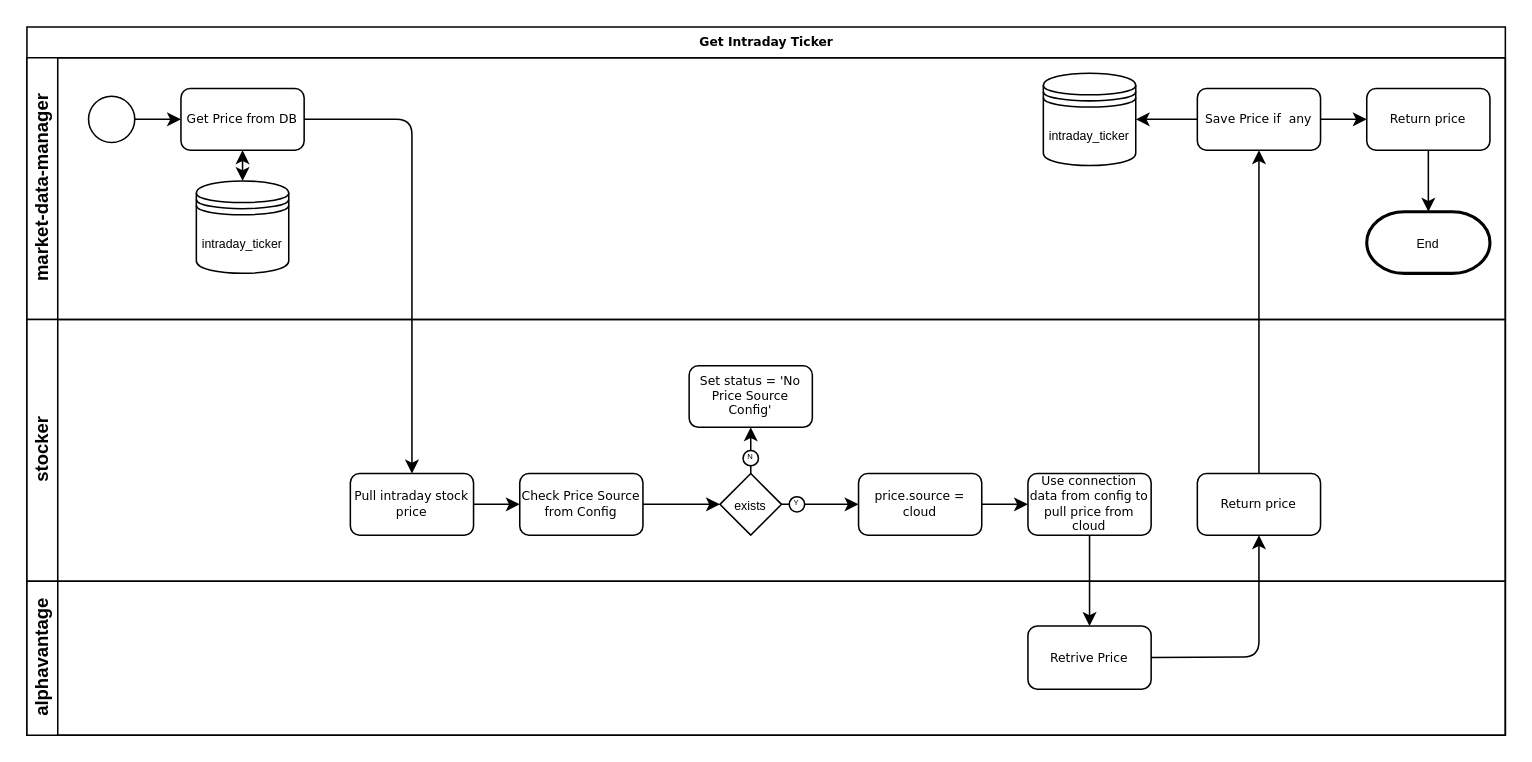
Before: market-data/Untitled Diagram.drawio in RicardoVCDev/flowcharts, a draw.io diagram. Source tidied: cells renumbered, new cells numbered last; positions are measured from the earlier drawing's top-left corner, leaving out a move shared by most shapes. Both pictures are drawn from the tidied source at 154%, with x=0, y=0 at pixel (26, 26).
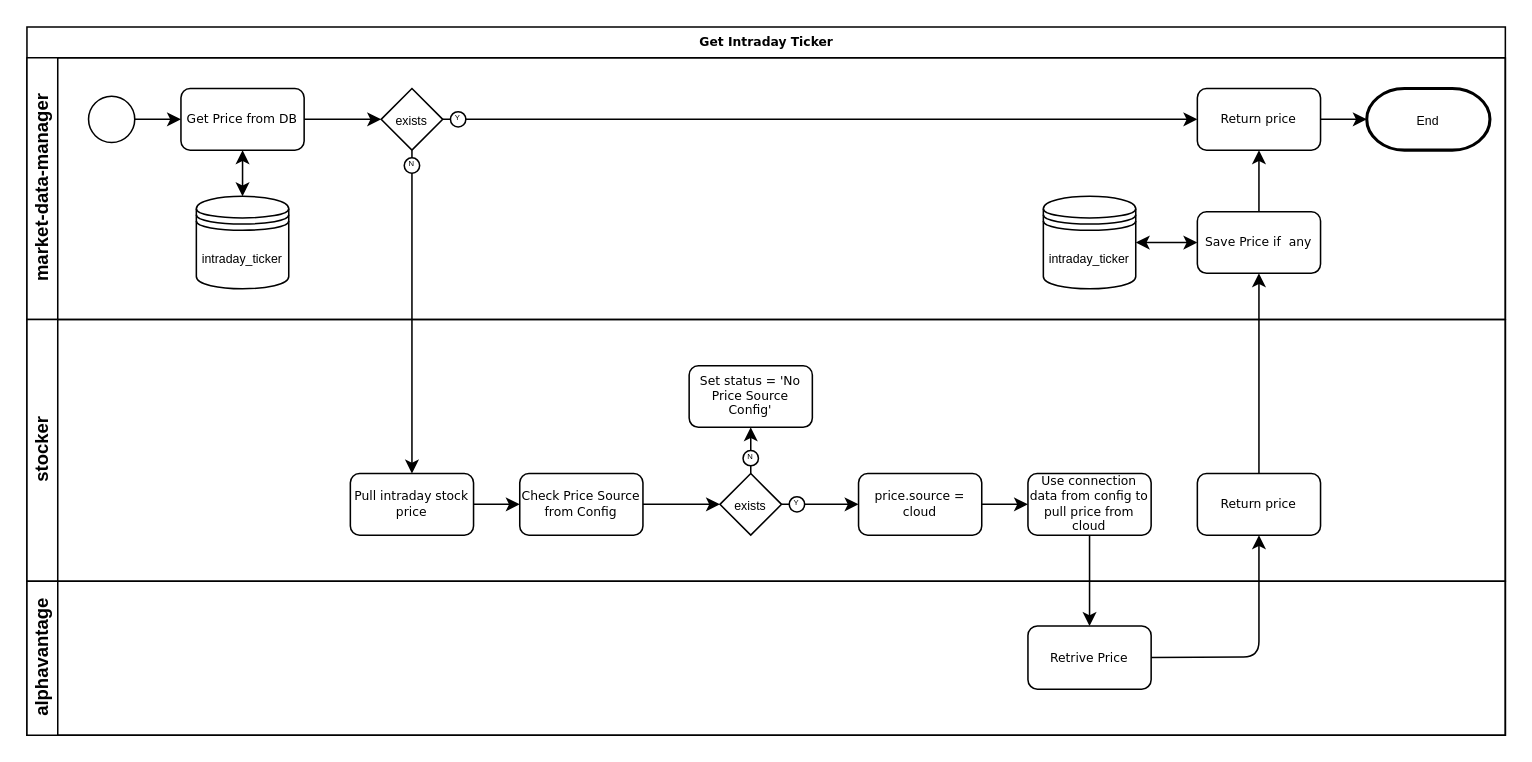
After the change.

Commit message:
add db exists condition

Unchanged cells that the change refers to:
```xml
<mxCell id="2" value="Get Intraday Ticker" style="swimlane;html=1;horizontal=1;startSize=20;rounded=0;shadow=0;labelBackgroundColor=none;strokeWidth=1;fontFamily=Verdana;fontSize=8;align=center;" parent="1" vertex="1">
  <mxGeometry width="960" height="460" as="geometry" />
</mxCell>
<mxCell id="3" value="market-data-manager" style="swimlane;html=1;startSize=20;horizontal=0;" parent="2" vertex="1">
  <mxGeometry y="20" width="960" height="170" as="geometry" />
</mxCell>
<mxCell id="5" value="Get Price from DB" style="rounded=1;whiteSpace=wrap;html=1;shadow=0;labelBackgroundColor=none;strokeWidth=1;fontFamily=Verdana;fontSize=8;align=center;" parent="3" vertex="1">
  <mxGeometry x="100" y="20" width="80" height="40" as="geometry" />
</mxCell>
<mxCell id="17" value="Pull intraday stock price" style="rounded=1;whiteSpace=wrap;html=1;shadow=0;labelBackgroundColor=none;strokeWidth=1;fontFamily=Verdana;fontSize=8;align=center;" parent="16" vertex="1">
  <mxGeometry x="210" y="100" width="80" height="40" as="geometry" />
</mxCell>
```

What changed in the source:
```diff
@@
+    <mxCell id="37" style="endArrow=classic;html=1;exitX=0.5;exitY=1;exitDx=0;exitDy=0;entryX=0.5;entryY=0;entryDx=0;entryDy=0;" parent="2" edge="1" source="39" target="17">
+      <mxGeometry relative="1" as="geometry" />
+    </mxCell>
@@
     <mxCell id="8" value="Save Price if &amp;nbsp;any" style="rounded=1;whiteSpace=wrap;html=1;shadow=0;labelBackgroundColor=none;strokeWidth=1;fontFamily=Verdana;fontSize=8;align=center;" parent="3" vertex="1">
-      <mxGeometry x="760" y="20" width="80" height="40" as="geometry" />
+      <mxGeometry x="760" y="100" width="80" height="40" as="geometry" />
     </mxCell>
-    <mxCell id="9" style="endArrow=classic;html=1;exitX=0;exitY=0.5;exitDx=0;exitDy=0;entryX=1;entryY=0.5;entryDx=0;entryDy=0;" parent="3" edge="1" source="8" target="12">
-      <mxGeometry relative="1" as="geometry" />
-    </mxCell>
     <mxCell id="10" value="Return price" style="rounded=1;whiteSpace=wrap;html=1;shadow=0;labelBackgroundColor=none;strokeWidth=1;fontFamily=Verdana;fontSize=8;align=center;" parent="3" vertex="1">
-      <mxGeometry x="870" y="20" width="80" height="40" as="geometry" />
+      <mxGeometry x="760" y="20" width="80" height="40" as="geometry" />
     </mxCell>
-    <mxCell id="11" value="&lt;font style=&quot;font-size: 8px&quot;&gt;End&lt;/font&gt;" style="strokeWidth=2;html=1;shape=mxgraph.flowchart.terminator;whiteSpace=wrap;" parent="3" vertex="1">
-      <mxGeometry x="870" y="100" width="80" height="40" as="geometry" />
-    </mxCell>
     <mxCell id="12" value="&lt;font style=&quot;font-size: 8px&quot;&gt;intraday_ticker&lt;/font&gt;" style="shape=datastore;whiteSpace=wrap;html=1;" parent="3" vertex="1">
-      <mxGeometry x="660" y="10" width="60" height="60" as="geometry" />
+      <mxGeometry x="660" y="90" width="60" height="60" as="geometry" />
     </mxCell>
-    <mxCell id="13" style="endArrow=classic;html=1;entryX=0;entryY=0.5;entryDx=0;entryDy=0;exitX=1;exitY=0.5;exitDx=0;exitDy=0;" parent="3" edge="1" source="8" target="10">
+    <mxCell id="13" style="endArrow=classic;html=1;entryX=0.5;entryY=1;entryDx=0;entryDy=0;exitX=0.5;exitY=0;exitDx=0;exitDy=0;" parent="3" edge="1" source="8" target="10">
       <mxGeometry relative="1" as="geometry" />
     </mxCell>
+    <mxCell id="15" value="&lt;font style=&quot;font-size: 8px&quot;&gt;intraday_ticker&lt;/font&gt;" style="shape=datastore;whiteSpace=wrap;html=1;" parent="3" vertex="1">
+      <mxGeometry x="110" y="90" width="60" height="60" as="geometry" />
+    </mxCell>
+    <mxCell id="38" style="endArrow=classic;startArrow=classic;html=1;entryX=0;entryY=0.5;entryDx=0;entryDy=0;exitX=1;exitY=0.5;exitDx=0;exitDy=0;" parent="3" edge="1" source="12" target="8">
+      <mxGeometry relative="1" as="geometry" />
+    </mxCell>
+    <mxCell id="39" value="&lt;font style=&quot;font-size: 8px&quot;&gt;exists&lt;/font&gt;" style="rhombus;whiteSpace=wrap;html=1;" parent="3" vertex="1">
+      <mxGeometry x="230" y="20" width="40" height="40" as="geometry" />
+    </mxCell>
+    <mxCell id="11" value="&lt;font style=&quot;font-size: 8px&quot;&gt;End&lt;/font&gt;" style="strokeWidth=2;html=1;shape=mxgraph.flowchart.terminator;whiteSpace=wrap;" parent="3" vertex="1">
+      <mxGeometry x="870" y="20" width="80" height="40" as="geometry" />
+    </mxCell>
-    <mxCell id="14" style="endArrow=classic;html=1;entryX=0.5;entryY=0;entryDx=0;entryDy=0;entryPerimeter=0;exitX=0.5;exitY=1;exitDx=0;exitDy=0;" parent="3" edge="1" source="10" target="11">
+    <mxCell id="14" style="endArrow=classic;html=1;entryX=0;entryY=0.5;entryDx=0;entryDy=0;entryPerimeter=0;exitX=1;exitY=0.5;exitDx=0;exitDy=0;" parent="3" edge="1" source="10" target="11">
       <mxGeometry relative="1" as="geometry" />
     </mxCell>
-    <mxCell id="15" value="&lt;font style=&quot;font-size: 8px&quot;&gt;intraday_ticker&lt;/font&gt;" style="shape=datastore;whiteSpace=wrap;html=1;" parent="3" vertex="1">
-      <mxGeometry x="110" y="80" width="60" height="60" as="geometry" />
-    </mxCell>
+    <mxCell id="40" style="endArrow=classic;html=1;exitX=1;exitY=0.5;exitDx=0;exitDy=0;entryX=0;entryY=0.5;entryDx=0;entryDy=0;" parent="3" edge="1" source="5" target="39">
+      <mxGeometry relative="1" as="geometry" />
+    </mxCell>
+    <mxCell id="41" style="endArrow=classic;html=1;entryX=0;entryY=0.5;entryDx=0;entryDy=0;exitX=1;exitY=0.5;exitDx=0;exitDy=0;" parent="3" edge="1" source="39" target="10">
+      <mxGeometry relative="1" as="geometry" />
+    </mxCell>
+    <mxCell id="42" value="&lt;div style=&quot;text-align: justify&quot;&gt;&lt;span style=&quot;font-size: 6px&quot;&gt;&lt;sup&gt;N&lt;/sup&gt;&lt;/span&gt;&lt;/div&gt;" style="ellipse;whiteSpace=wrap;html=1;" parent="3" vertex="1">
+      <mxGeometry x="245" y="65" width="10" height="10" as="geometry" />
+    </mxCell>
+    <mxCell id="43" value="&lt;div style=&quot;text-align: justify&quot;&gt;&lt;span style=&quot;font-size: 6px&quot;&gt;&lt;sup&gt;Y&lt;/sup&gt;&lt;/span&gt;&lt;/div&gt;" style="ellipse;whiteSpace=wrap;html=1;" parent="3" vertex="1">
+      <mxGeometry x="275" y="35" width="10" height="10" as="geometry" />
+    </mxCell>
@@
-    <mxCell id="33" style="endArrow=classic;html=1;exitX=1;exitY=0.5;exitDx=0;exitDy=0;entryX=0.5;entryY=0;entryDx=0;entryDy=0;" parent="2" edge="1" source="5" target="17">
-      <mxGeometry relative="1" as="geometry">
-        <Array as="points">
-          <mxPoint x="250" y="60" />
-        </Array>
-      </mxGeometry>
-    </mxCell>
```
